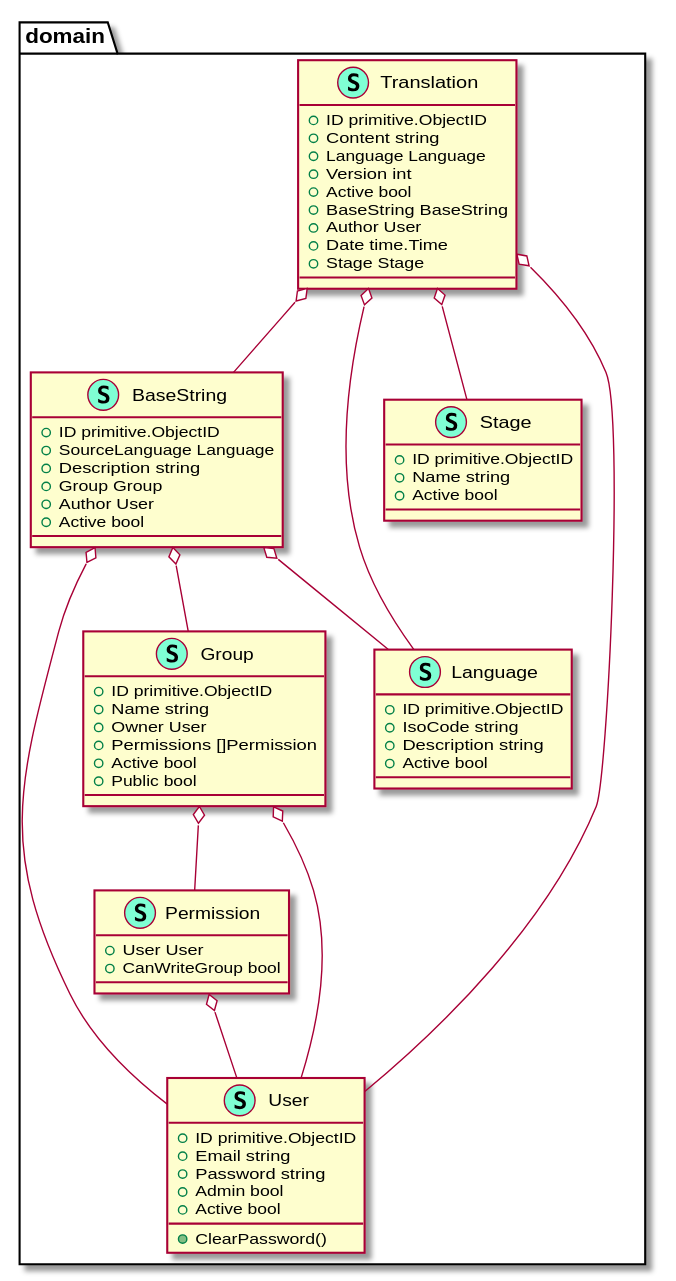
The PlantUML diagram backend/assets/dist/UmlDiagram.svg in cafeteru/LocalizeMe, before a commit.
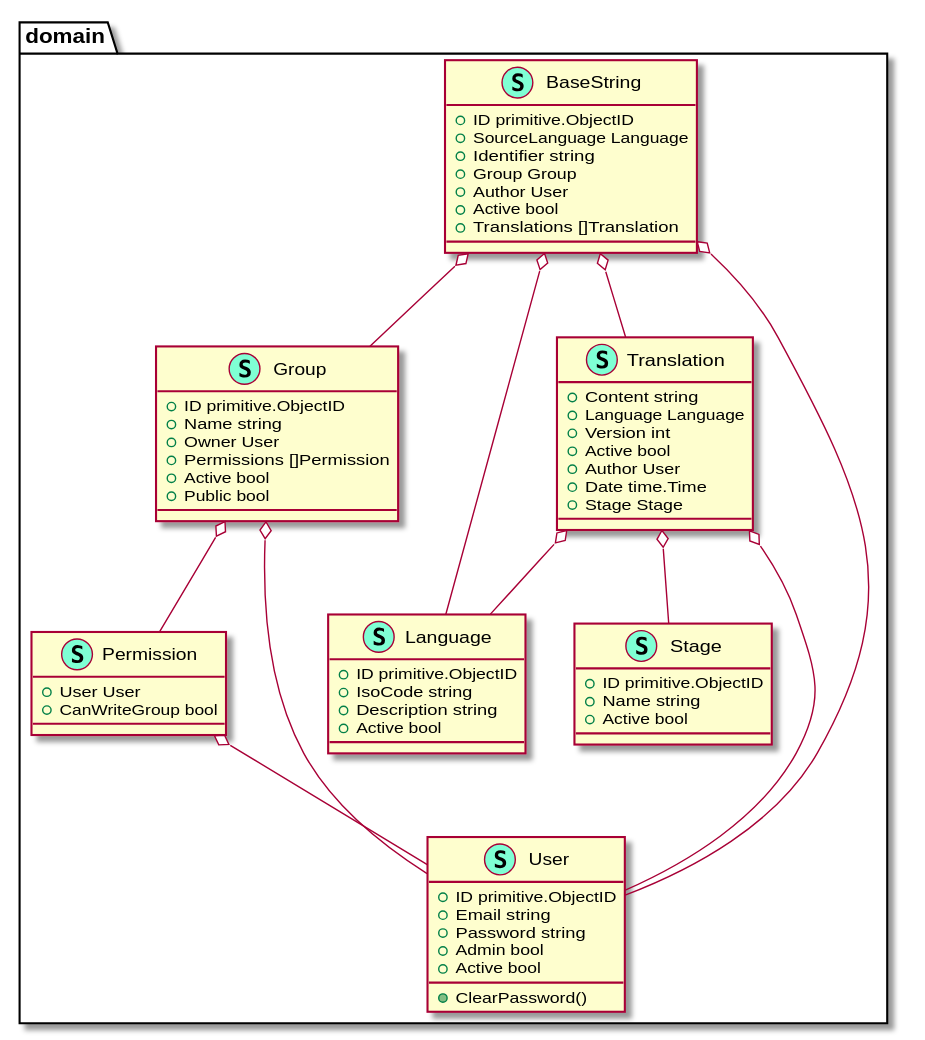
Later version of the same file.

The edit, as a diff of the source:
```diff
@@ -3,10 +3,11 @@
     class BaseString << (S,Aquamarine) >> {
         + ID primitive.ObjectID
         + SourceLanguage Language
-        + Description string
+        + Identifier string
         + Group Group
         + Author User
         + Active bool
+        + Translations []Translation
 
     }
     class Group << (S,Aquamarine) >> {
@@ -37,12 +38,10 @@
 
     }
     class Translation << (S,Aquamarine) >> {
-        + ID primitive.ObjectID
         + Content string
         + Language Language
         + Version int
         + Active bool
-        + BaseString BaseString
         + Author User
         + Date time.Time
         + Stage Stage
@@ -63,11 +62,11 @@
 
 "domain.BaseString" o-- "domain.Group"
 "domain.BaseString" o-- "domain.Language"
+"domain.BaseString" o-- "domain.Translation"
 "domain.BaseString" o-- "domain.User"
 "domain.Group" o-- "domain.Permission"
 "domain.Group" o-- "domain.User"
 "domain.Permission" o-- "domain.User"
-"domain.Translation" o-- "domain.BaseString"
 "domain.Translation" o-- "domain.Language"
 "domain.Translation" o-- "domain.Stage"
 "domain.Translation" o-- "domain.User"
```
